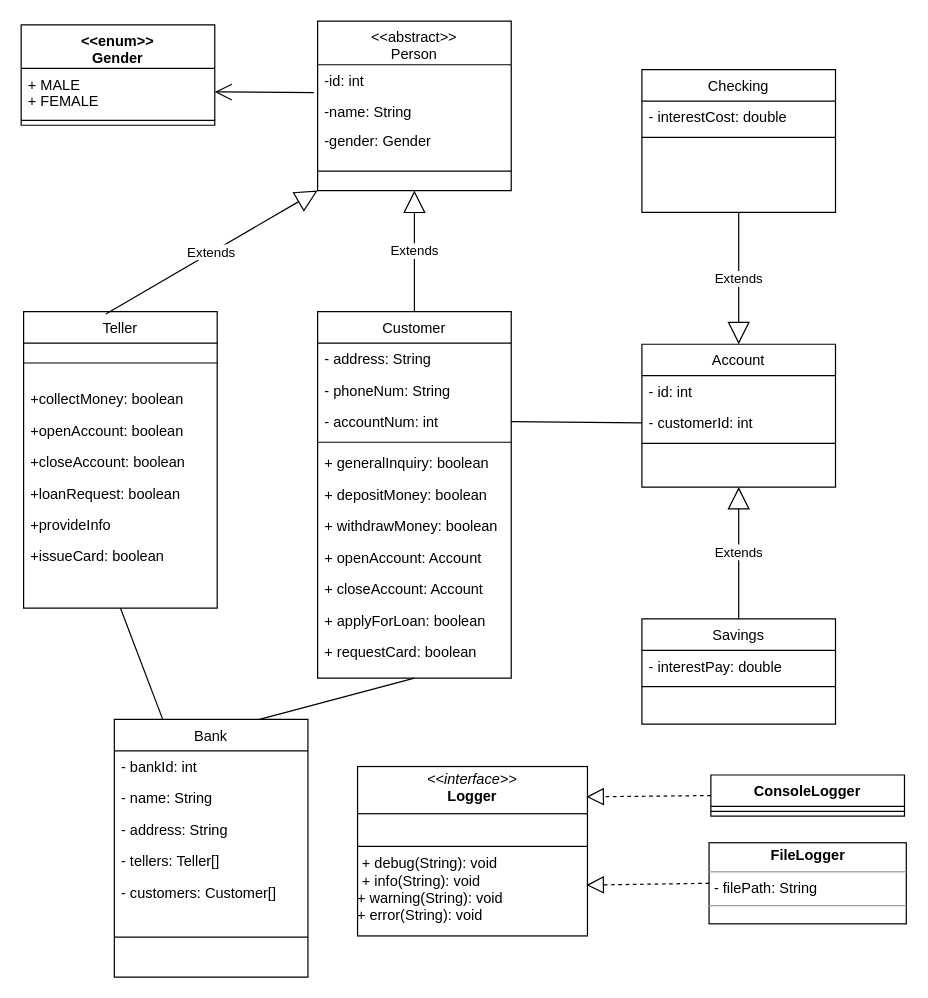
This is examples/simple_class_diagram.drawio from michelmbem/DrawioCodeGenerator, a draw.io file, before an edit. Source tidied: cells renumbered, new cells numbered last; positions are measured from the earlier drawing's top-left corner, leaving out a move shared by most shapes. Both pictures are drawn from the tidied source at 121%, with x=0, y=0 at pixel (21, 21).
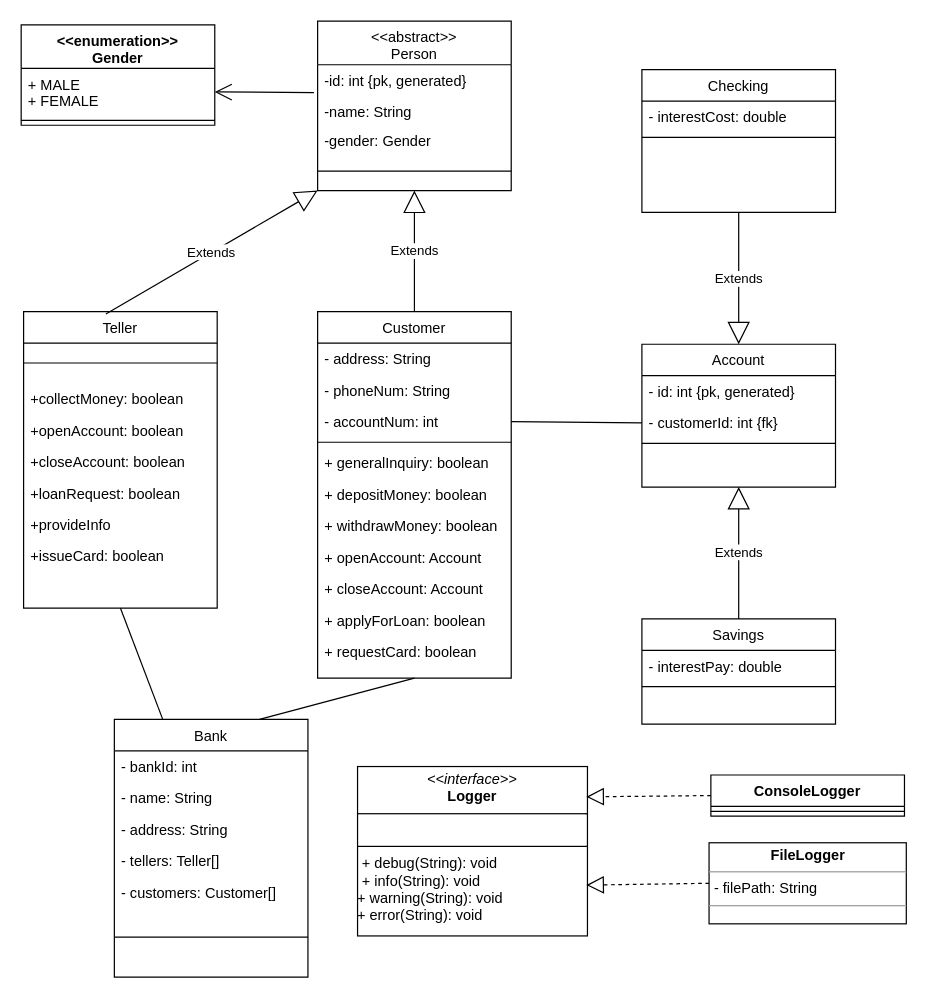
After the change.

The change refers to these unchanged cells:
```xml
<mxCell id="10" value="Account" style="swimlane;fontStyle=0;align=center;verticalAlign=top;horizontal=1;startSize=26;rounded=0;shadow=0;strokeWidth=1;" parent="1" vertex="1">
  <mxGeometry x="513" y="267" width="160" height="118" as="geometry" />
</mxCell>
<mxCell id="14" value="&lt;&lt;abstract&gt;&gt;&#10;Person" style="swimlane;fontStyle=0;align=center;verticalAlign=top;horizontal=1;startSize=36;rounded=0;shadow=0;strokeWidth=1;" parent="1" vertex="1">
  <mxGeometry x="245" width="160" height="140" as="geometry" />
</mxCell>
```

Change to the diagram source:
```diff
@@
-    <mxCell id="11" value="- id: int" style="text;align=left;verticalAlign=top;spacingLeft=4;spacingRight=4;overflow=hidden;" parent="10" vertex="1">
+    <mxCell id="11" value="- id: int {pk, generated}" style="text;align=left;verticalAlign=top;spacingLeft=4;spacingRight=4;overflow=hidden;" parent="10" vertex="1">
       <mxGeometry y="26" width="160" height="26" as="geometry" />
     </mxCell>
-    <mxCell id="12" value="- customerId: int" style="text;align=left;verticalAlign=top;spacingLeft=4;spacingRight=4;overflow=hidden;points=[[0,0.5],[1,0.5]];portConstraint=eastwest;rounded=0;shadow=0;html=0;" parent="10" vertex="1">
+    <mxCell id="12" value="- customerId: int {fk}" style="text;align=left;verticalAlign=top;spacingLeft=4;spacingRight=4;overflow=hidden;points=[[0,0.5],[1,0.5]];portConstraint=eastwest;rounded=0;shadow=0;html=0;" parent="10" vertex="1">
       <mxGeometry y="52" width="160" height="26" as="geometry" />
     </mxCell>
@@
-    <mxCell id="15" value="-id: int" style="text;align=left;verticalAlign=top;spacingLeft=4;spacingRight=4;overflow=hidden;" parent="14" vertex="1">
+    <mxCell id="15" value="-id: int {pk, generated}" style="text;align=left;verticalAlign=top;spacingLeft=4;spacingRight=4;overflow=hidden;" parent="14" vertex="1">
       <mxGeometry y="36" width="160" height="26" as="geometry" />
     </mxCell>
@@
-    <mxCell id="51" value="&amp;lt;&amp;lt;enum&amp;gt;&amp;gt;&lt;div&gt;Gender&lt;/div&gt;" style="swimlane;fontStyle=1;align=center;verticalAlign=top;horizontal=1;startSize=36;whiteSpace=wrap;html=1;" parent="1" vertex="1">
+    <mxCell id="51" value="&amp;lt;&amp;lt;enumeration&amp;gt;&amp;gt;&lt;div&gt;Gender&lt;/div&gt;" style="swimlane;fontStyle=1;align=center;verticalAlign=top;horizontal=1;startSize=36;whiteSpace=wrap;html=1;" parent="1" vertex="1">
       <mxGeometry y="3" width="160" height="83" as="geometry" />
     </mxCell>
```
